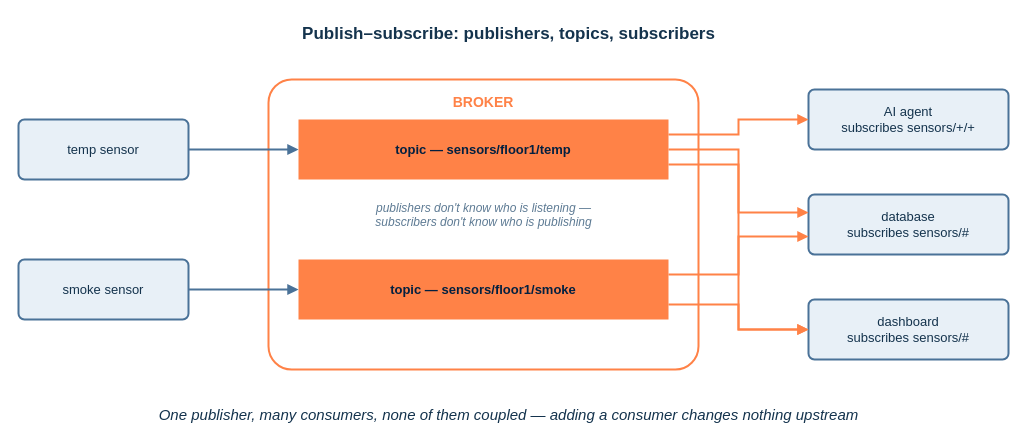
eislab-cps/D7065E keeps this draw.io diagram as course-notes/diagrams/course-notes2-fig09.drawio. Above is the earlier version. Source tidied: cells renumbered, new cells numbered last; positions are measured from the earlier drawing's top-left corner, leaving out a move shared by most shapes. Both pictures are drawn from the tidied source at 100%, with x=0, y=0 at pixel (18, 17).
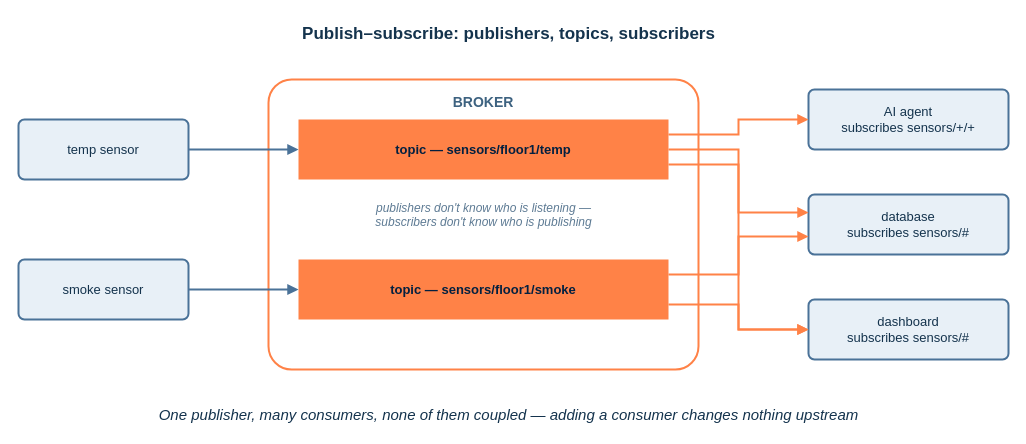
The same diagram, later.

Change to the diagram source:
```diff
@@
 <mxGraphModel background="#FFFFFF">
   <root>
     <mxCell id="0" />
     <mxCell id="1" parent="0" />
     <mxCell id="2" value="Publish–subscribe: publishers, topics, subscribers" style="text;html=1;align=center;fontColor=#14334D;fontSize=17;fontStyle=1;fontFamily=Helvetica;" parent="1" vertex="1">
       <mxGeometry x="90" width="800" height="28" as="geometry" />
     </mxCell>
     <mxCell id="3" value="temp sensor" style="rounded=1;whiteSpace=wrap;html=1;fillColor=#E8F0F7;strokeColor=#4A7298;strokeWidth=2;fontColor=#14334D;fontSize=13;fontFamily=Helvetica;arcSize=10;" parent="1" vertex="1">
       <mxGeometry y="102" width="170" height="60" as="geometry" />
     </mxCell>
     <mxCell id="4" value="smoke sensor" style="rounded=1;whiteSpace=wrap;html=1;fillColor=#E8F0F7;strokeColor=#4A7298;strokeWidth=2;fontColor=#14334D;fontSize=13;fontFamily=Helvetica;arcSize=10;" parent="1" vertex="1">
       <mxGeometry y="242" width="170" height="60" as="geometry" />
     </mxCell>
-    <mxCell id="5" value="BROKER" style="rounded=1;whiteSpace=wrap;html=1;fillColor=none;strokeColor=#FF8247;strokeWidth=2;verticalAlign=top;fontColor=#FF8247;fontSize=14;fontStyle=1;fontFamily=Helvetica;spacingTop=8;arcSize=8;" parent="1" vertex="1">
+    <mxCell id="5" value="BROKER" style="rounded=1;whiteSpace=wrap;html=1;fillColor=none;strokeColor=#FF8247;strokeWidth=2;verticalAlign=top;fontColor=#3D6280;fontSize=14;fontStyle=1;fontFamily=Helvetica;spacingTop=8;arcSize=8;" parent="1" vertex="1">
       <mxGeometry x="250" y="62" width="430" height="290" as="geometry" />
     </mxCell>
     <mxCell id="6" value="topic — sensors/floor1/temp" style="whiteSpace=wrap;html=1;fillColor=#FF8247;strokeColor=none;fontColor=#032040;fontSize=13;fontStyle=1;fontFamily=Helvetica;" parent="1" vertex="1">
       <mxGeometry x="280" y="102" width="370" height="60" as="geometry" />
     </mxCell>
     <mxCell id="7" value="topic — sensors/floor1/smoke" style="whiteSpace=wrap;html=1;fillColor=#FF8247;strokeColor=none;fontColor=#032040;fontSize=13;fontStyle=1;fontFamily=Helvetica;" parent="1" vertex="1">
       <mxGeometry x="280" y="242" width="370" height="60" as="geometry" />
     </mxCell>
     <mxCell id="8" value="publishers don't know who is listening —&#10;subscribers don't know who is publishing" style="text;html=1;align=center;fontColor=#5E7B94;fontSize=12;fontStyle=2;fontFamily=Helvetica;" parent="1" vertex="1">
       <mxGeometry x="280" y="177" width="370" height="50" as="geometry" />
     </mxCell>
     <mxCell id="9" value="AI agent&#10;subscribes sensors/+/+" style="rounded=1;whiteSpace=wrap;html=1;fillColor=#E8F0F7;strokeColor=#4A7298;strokeWidth=2;fontColor=#14334D;fontSize=13;fontFamily=Helvetica;arcSize=10;" parent="1" vertex="1">
       <mxGeometry x="790" y="72" width="200" height="60" as="geometry" />
     </mxCell>
     <mxCell id="10" value="database&#10;subscribes sensors/#" style="rounded=1;whiteSpace=wrap;html=1;fillColor=#E8F0F7;strokeColor=#4A7298;strokeWidth=2;fontColor=#14334D;fontSize=13;fontFamily=Helvetica;arcSize=10;" parent="1" vertex="1">
       <mxGeometry x="790" y="177" width="200" height="60" as="geometry" />
     </mxCell>
     <mxCell id="11" value="dashboard&#10;subscribes sensors/#" style="rounded=1;whiteSpace=wrap;html=1;fillColor=#E8F0F7;strokeColor=#4A7298;strokeWidth=2;fontColor=#14334D;fontSize=13;fontFamily=Helvetica;arcSize=10;" parent="1" vertex="1">
       <mxGeometry x="790" y="282" width="200" height="60" as="geometry" />
     </mxCell>
     <mxCell id="12" style="endArrow=block;html=1;strokeColor=#4A7298;strokeWidth=2;exitX=1;exitY=0.5;entryX=0;entryY=0.5;" parent="1" edge="1" source="3" target="6">
       <mxGeometry relative="1" as="geometry" />
     </mxCell>
     <mxCell id="13" style="endArrow=block;html=1;strokeColor=#4A7298;strokeWidth=2;exitX=1;exitY=0.5;entryX=0;entryY=0.5;" parent="1" edge="1" source="4" target="7">
       <mxGeometry relative="1" as="geometry" />
     </mxCell>
     <mxCell id="14" style="edgeStyle=orthogonalEdgeStyle;rounded=0;endArrow=block;html=1;strokeColor=#FF8247;strokeWidth=2;exitX=1;exitY=0.25;entryX=0;entryY=0.5;" parent="1" edge="1" source="6" target="9">
       <mxGeometry relative="1" as="geometry" />
     </mxCell>
     <mxCell id="15" style="edgeStyle=orthogonalEdgeStyle;rounded=0;endArrow=block;html=1;strokeColor=#FF8247;strokeWidth=2;exitX=1;exitY=0.75;entryX=0;entryY=0.3;" parent="1" edge="1" source="6" target="10">
       <mxGeometry relative="1" as="geometry" />
     </mxCell>
     <mxCell id="16" style="edgeStyle=orthogonalEdgeStyle;rounded=0;endArrow=block;html=1;strokeColor=#FF8247;strokeWidth=2;exitX=1;exitY=0.25;entryX=0;entryY=0.7;" parent="1" edge="1" source="7" target="10">
       <mxGeometry relative="1" as="geometry" />
     </mxCell>
     <mxCell id="17" style="edgeStyle=orthogonalEdgeStyle;rounded=0;endArrow=block;html=1;strokeColor=#FF8247;strokeWidth=2;exitX=1;exitY=0.75;entryX=0;entryY=0.5;" parent="1" edge="1" source="7" target="11">
       <mxGeometry relative="1" as="geometry" />
     </mxCell>
     <mxCell id="18" style="edgeStyle=orthogonalEdgeStyle;rounded=0;endArrow=block;html=1;strokeColor=#FF8247;strokeWidth=2;exitX=1;exitY=0.5;entryX=0;entryY=0.5;" parent="1" edge="1" source="6" target="11">
       <mxGeometry relative="1" as="geometry" />
     </mxCell>
     <mxCell id="19" value="One publisher, many consumers, none of them coupled — adding a consumer changes nothing upstream" style="text;html=1;align=center;fontColor=#14334D;fontSize=15;fontStyle=2;fontFamily=Helvetica;" parent="1" vertex="1">
       <mxGeometry x="90" y="382" width="800" height="28" as="geometry" />
     </mxCell>
   </root>
 </mxGraphModel>
```
